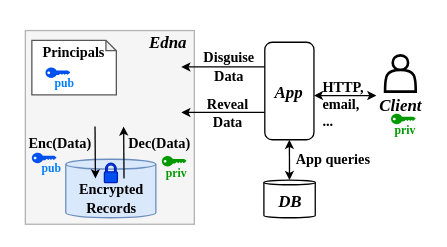
Earlier version of the draw.io diagram page "EDNA" (2 of 13) of papers/osdi22/figs/edna.drawio (tslilyai/data_disguises_lobsters). Source tidied: cells renumbered, new cells numbered last; positions are measured from the earlier drawing's top-left corner, leaving out a move shared by most shapes. Both pictures are drawn from the tidied source at 130%, with x=0, y=0 at pixel (22, 22).
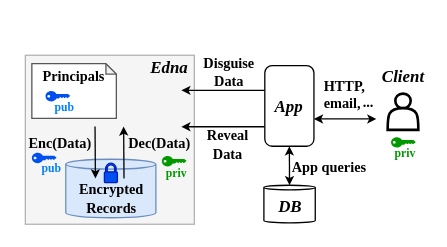
The same page after the edit.

Change to the diagram source:
```diff
@@
-    <mxCell id="2" value="&lt;div style=&quot;font-size: 11px;&quot;&gt;HTTP, &lt;br style=&quot;font-size: 11px;&quot;&gt;email, &lt;br style=&quot;font-size: 11px;&quot;&gt;...&lt;/div&gt;" style="text;html=1;strokeColor=none;fillColor=none;align=left;verticalAlign=middle;whiteSpace=wrap;rounded=0;fontSize=11;fontColor=#000000;labelBackgroundColor=#ffffff;fontStyle=1;fontFamily=Times New Roman;" parent="1" vertex="1">
-      <mxGeometry x="229" y="55.5" width="43" height="15" as="geometry" />
+    <mxCell id="2" value="&lt;p style=&quot;line-height: 1.1&quot;&gt;HTTP, &lt;br&gt;email, &lt;/p&gt;" style="text;strokeColor=none;fillColor=none;align=left;verticalAlign=middle;whiteSpace=wrap;rounded=0;fontSize=11;fontColor=#000000;labelBackgroundColor=#ffffff;fontStyle=1;fontFamily=Times New Roman;html=1;spacing=0;" parent="1" vertex="1">
+      <mxGeometry x="232" y="52" width="43" height="6" as="geometry" />
     </mxCell>
     <mxCell id="3" value="&lt;div style=&quot;font-size: 11px;&quot;&gt;Disguise &lt;br style=&quot;font-size: 11px;&quot;&gt;Data&lt;/div&gt;" style="text;html=1;strokeColor=none;fillColor=none;align=center;verticalAlign=middle;whiteSpace=wrap;rounded=0;fontSize=11;fontColor=#000000;labelBackgroundColor=#ffffff;fontStyle=1;fontFamily=Times New Roman;" parent="1" vertex="1">
-      <mxGeometry x="99" y="24" width="120" height="20" as="geometry" />
+      <mxGeometry x="99" y="28" width="120" height="20" as="geometry" />
     </mxCell>
     <mxCell id="4" value="DB" style="shape=cylinder3;whiteSpace=wrap;html=1;boundedLbl=1;backgroundOutline=1;size=1.7999999999999545;fillColor=none;fontSize=13;fontStyle=3;fontFamily=Times New Roman;" parent="1" vertex="1">
-      <mxGeometry x="185.5" y="121" width="39.5" height="29" as="geometry" />
+      <mxGeometry x="185.5" y="125" width="39.5" height="29" as="geometry" />
     </mxCell>
     <mxCell id="5" value="App" style="rounded=1;whiteSpace=wrap;html=1;fillColor=none;fontSize=13;fontStyle=3;fontFamily=Times New Roman;spacing=0;" parent="1" vertex="1">
-      <mxGeometry x="186.2" y="15" width="37.8" height="75" as="geometry" />
+      <mxGeometry x="186.2" y="33" width="37.8" height="62" as="geometry" />
     </mxCell>
     <mxCell id="6" style="rounded=0;whiteSpace=wrap;html=1;fillColor=#f5f5f5;fontSize=15;fontColor=#333333;flipV=1;horizontal=1;verticalAlign=top;spacing=0;spacingTop=-14;strokeColor=#B3B3B3;fontStyle=3;fontFamily=Times New Roman;" parent="1" vertex="1">
-      <mxGeometry x="2" y="6" width="130" height="149" as="geometry" />
+      <mxGeometry x="2" y="25" width="130" height="130" as="geometry" />
     </mxCell>
     <mxCell id="7" style="endArrow=classic;html=1;strokeWidth=1;fontSize=15;fontColor=#000000;entryX=1.042;entryY=0.819;entryDx=0;entryDy=0;entryPerimeter=0;endSize=4;startSize=4;fontStyle=1;fontFamily=Times New Roman;" parent="1" edge="1">
       <mxGeometry relative="1" as="geometry">
-        <mxPoint x="186" y="34" as="sourcePoint" />
-        <mxPoint x="122" y="34" as="targetPoint" />
+        <mxPoint x="186" y="52" as="sourcePoint" />
+        <mxPoint x="122" y="52" as="targetPoint" />
       </mxGeometry>
     </mxCell>
@@
     <mxCell id="9" value="&lt;div style=&quot;font-size: 11px;&quot;&gt;App queries&lt;/div&gt;" style="text;html=1;strokeColor=none;fillColor=none;align=center;verticalAlign=middle;whiteSpace=wrap;rounded=0;fontSize=11;fontColor=#000000;labelBackgroundColor=#ffffff;fontStyle=1;fontFamily=Times New Roman;" parent="1" vertex="1">
-      <mxGeometry x="193.5" y="97" width="90" height="15" as="geometry" />
+      <mxGeometry x="190.5" y="103" width="90" height="15" as="geometry" />
     </mxCell>
     <mxCell id="10" value="&lt;div style=&quot;font-size: 11px;&quot;&gt;Principals&lt;/div&gt;" style="shape=note;whiteSpace=wrap;html=1;backgroundOutline=1;darkOpacity=0.05;size=8;labelBackgroundColor=none;horizontal=1;verticalAlign=top;fontStyle=1;fontSize=11;fontFamily=Times New Roman;spacing=-2;strokeColor=#575757;" parent="1" vertex="1">
-      <mxGeometry x="7" y="13.5" width="65" height="42" as="geometry" />
+      <mxGeometry x="7" y="31.5" width="65" height="42" as="geometry" />
     </mxCell>
     <mxCell id="11" value="&lt;div style=&quot;font-size: 11px;&quot;&gt;Reveal&lt;br style=&quot;font-size: 11px;&quot;&gt;Data&lt;/div&gt;" style="text;html=1;strokeColor=none;fillColor=none;align=center;verticalAlign=middle;whiteSpace=wrap;rounded=0;fontSize=11;fontColor=#000000;labelBackgroundColor=#ffffff;fontStyle=1;fontFamily=Times New Roman;" parent="1" vertex="1">
-      <mxGeometry x="145" y="60" width="26" height="20" as="geometry" />
+      <mxGeometry x="145" y="84" width="26" height="20" as="geometry" />
     </mxCell>
     <mxCell id="12" style="endArrow=classic;html=1;strokeWidth=1;fontSize=15;fontColor=#000000;entryX=1.042;entryY=0.819;entryDx=0;entryDy=0;entryPerimeter=0;endSize=4;startSize=4;fontStyle=1;fontFamily=Times New Roman;" parent="1" edge="1">
       <mxGeometry relative="1" as="geometry">
-        <mxPoint x="186" y="69" as="sourcePoint" />
-        <mxPoint x="122" y="69" as="targetPoint" />
+        <mxPoint x="186" y="80" as="sourcePoint" />
+        <mxPoint x="122" y="80" as="targetPoint" />
       </mxGeometry>
     </mxCell>
@@
     <mxCell id="15" style="endArrow=classic;html=1;strokeWidth=1;fontSize=15;fontColor=#000000;startArrow=classic;startFill=1;endSize=4;startSize=4;exitX=1;exitY=0.5;exitDx=0;exitDy=0;fontStyle=1;fontFamily=Times New Roman;" parent="1" edge="1">
       <mxGeometry relative="1" as="geometry">
-        <mxPoint x="224" y="56" as="sourcePoint" />
-        <mxPoint x="272" y="56" as="targetPoint" />
+        <mxPoint x="224" y="74" as="sourcePoint" />
+        <mxPoint x="272" y="74" as="targetPoint" />
       </mxGeometry>
     </mxCell>
@@
     <mxCell id="21" value="&lt;div&gt;pub&lt;br&gt;&lt;/div&gt;" style="verticalLabelPosition=bottom;sketch=0;html=1;verticalAlign=top;align=center;shape=mxgraph.cisco19.key;fillColor=#0050ef;strokeColor=#001DBC;fontSize=9;fontColor=#007FFF;spacingLeft=10;spacingTop=-8;fontStyle=1;fontFamily=Times New Roman;" parent="1" vertex="1">
-      <mxGeometry x="17.5" y="34.5" width="19" height="8" as="geometry" />
+      <mxGeometry x="17.5" y="52.5" width="19" height="8" as="geometry" />
     </mxCell>
@@
     <mxCell id="23" value="priv" style="verticalLabelPosition=bottom;sketch=0;html=1;verticalAlign=top;align=center;shape=mxgraph.cisco19.key;fillColor=#009900;strokeColor=#00CC00;fontSize=9;fontColor=#009900;spacingLeft=3;spacingTop=-7;fontStyle=1;fontFamily=Times New Roman;" parent="1" vertex="1">
-      <mxGeometry x="283.3" y="70" width="19" height="8" as="geometry" />
+      <mxGeometry x="283.3" y="88" width="19" height="8" as="geometry" />
     </mxCell>
+    <mxCell id="25" value="&lt;font style=&quot;font-size: 13px&quot;&gt;&lt;i&gt;&lt;b&gt;Edna&lt;/b&gt;&lt;/i&gt;&lt;/font&gt;" style="text;html=1;strokeColor=none;fillColor=none;align=center;verticalAlign=middle;whiteSpace=wrap;rounded=0;labelBackgroundColor=none;fontSize=11;fontColor=#000000;fontFamily=Times New Roman;" parent="1" vertex="1">
+      <mxGeometry x="82.5" y="19" width="60" height="30" as="geometry" />
+    </mxCell>
-    <mxCell id="24" value="&lt;div&gt;Client&lt;/div&gt;" style="shape=actor;whiteSpace=wrap;html=1;labelBackgroundColor=none;fontSize=13;fontColor=#000000;strokeColor=default;strokeWidth=2;fillColor=none;gradientColor=#ffffff;labelPosition=center;verticalLabelPosition=bottom;align=center;verticalAlign=top;fontStyle=3;spacing=-2;fontFamily=Times New Roman;" parent="1" vertex="1">
-      <mxGeometry x="278.7" y="25.1" width="23.6" height="27.9" as="geometry" />
+    <mxCell id="24" value="&lt;div&gt;Client&lt;/div&gt;" style="shape=actor;whiteSpace=wrap;html=1;labelBackgroundColor=none;fontSize=13;fontColor=#000000;strokeColor=default;strokeWidth=2;fillColor=none;gradientColor=#ffffff;labelPosition=center;verticalLabelPosition=top;align=center;verticalAlign=bottom;fontStyle=3;spacing=5;fontFamily=Times New Roman;" parent="1" vertex="1">
+      <mxGeometry x="280.7" y="54.5" width="23.6" height="27.9" as="geometry" />
     </mxCell>
-    <mxCell id="25" value="&lt;font style=&quot;font-size: 13px&quot;&gt;&lt;i&gt;&lt;b&gt;Edna&lt;/b&gt;&lt;/i&gt;&lt;/font&gt;" style="text;html=1;strokeColor=none;fillColor=none;align=center;verticalAlign=middle;whiteSpace=wrap;rounded=0;labelBackgroundColor=none;fontSize=11;fontColor=#000000;fontFamily=Times New Roman;" parent="1" vertex="1">
-      <mxGeometry x="81.5" width="60" height="30" as="geometry" />
-    </mxCell>
+    <mxCell id="26" value="..." style="text;strokeColor=none;fillColor=none;align=left;verticalAlign=middle;whiteSpace=wrap;rounded=0;fontSize=11;fontColor=#000000;labelBackgroundColor=none;fontStyle=1;fontFamily=Times New Roman;html=1;spacing=0;" parent="1" vertex="1">
+      <mxGeometry x="262.3" y="58" width="43" height="6.5" as="geometry" />
+    </mxCell>
+    <mxCell id="27" style="edgeStyle=orthogonalEdgeStyle;rounded=0;orthogonalLoop=1;jettySize=auto;html=1;entryX=0.5;entryY=-0.538;entryDx=0;entryDy=0;entryPerimeter=0;labelBackgroundColor=default;fontFamily=Times New Roman;fontSize=10;fontColor=#000000;strokeColor=#009900;strokeWidth=2;opacity=0;" parent="1" edge="1" source="2" target="2">
+      <mxGeometry relative="1" as="geometry" />
+    </mxCell>
```
